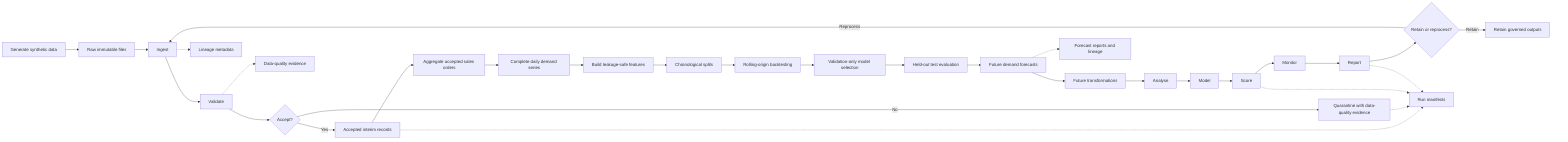
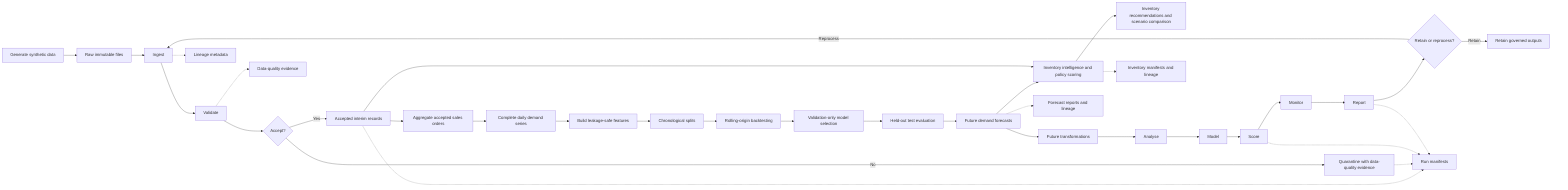
flowchart LR
    Generate["Generate synthetic data"] --> Raw["Raw immutable files"]
    Raw --> Ingest["Ingest"]
    Ingest --> Validate["Validate"]
    Validate --> Decision{"Accept?"}
    Decision -- No --> Quarantine["Quarantine with data-quality evidence"]
    Decision -- Yes --> Accepted["Accepted interim records"]
    Accepted --> Demand["Aggregate accepted sales orders"]
    Demand --> Complete["Complete daily demand series"]
    Complete --> Feature["Build leakage-safe features"]
    Feature --> Split["Chronological splits"]
    Split --> Backtest["Rolling-origin backtesting"]
    Backtest --> Select["Validation-only model selection"]
    Select --> Test["Held-out test evaluation"]
    Test --> Forecast["Future demand forecasts"]
    Forecast --> Transform["Future transformations"]
+     Forecast --> Inventory["Inventory intelligence and policy scoring"]
+     Accepted --> Inventory
+     Inventory --> InventoryOutputs["Inventory recommendations and scenario comparison"]
    Transform --> Analyse["Analyse"]
    Analyse --> Model["Model"]
    Model --> Score["Score"]
    Score --> Monitor["Monitor"]
    Monitor --> Report["Report"]
    Report --> Retain{"Retain or reprocess?"}
    Retain -- Retain --> Archive["Retain governed outputs"]
    Retain -- Reprocess --> Ingest

    Ingest -.-> Lineage["Lineage metadata"]
    Validate -.-> Evidence["Data-quality evidence"]
    Forecast -.-> ForecastLineage["Forecast reports and lineage"]
+     Inventory -.-> InventoryLineage["Inventory manifests and lineage"]
    Accepted -.-> Manifest["Run manifests"]
    Quarantine -.-> Manifest
    Score -.-> Manifest
    Report -.-> Manifest
